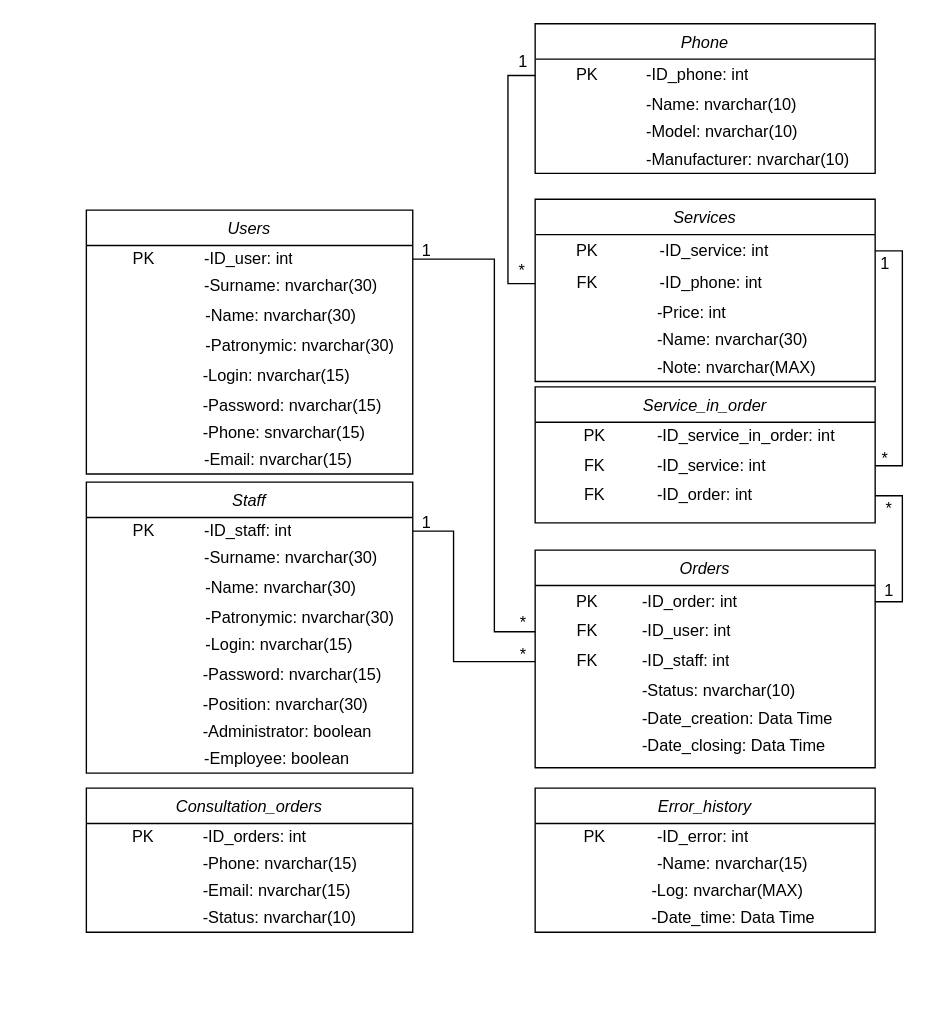
Above: page "Физическая диаграмма классов базы данных" (5 of 5) of Курсач/Диаграммы/Диаграмма классов анализа.drawio in JolyBin/Valeriy (draw.io), before the change. Source tidied: cells renumbered, new cells numbered last; positions are measured from the earlier drawing's top-left corner, leaving out a move shared by most shapes. Both pictures are drawn from the tidied source at 136%, with x=0, y=0 at pixel (86, 23).
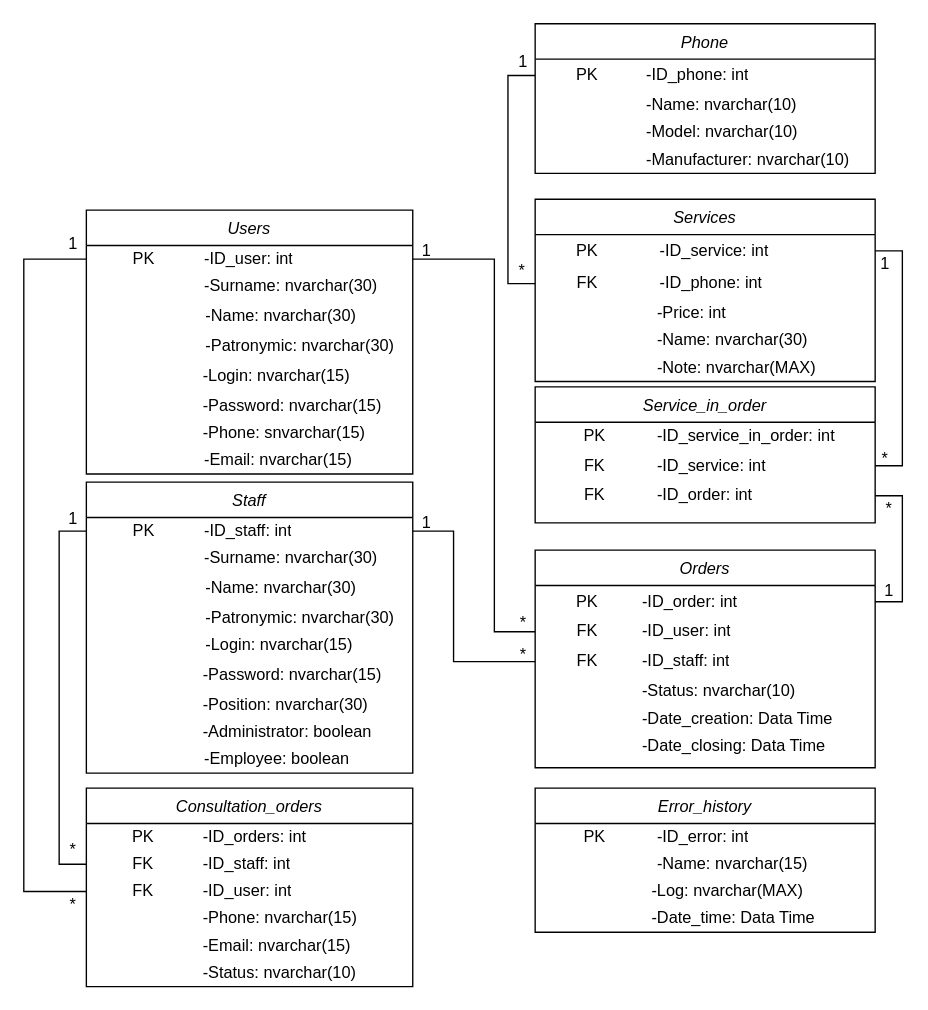
The same page after the edit.

The change refers to these unchanged cells:
```xml
<mxCell id="4" style="shape=partialRectangle;html=1;whiteSpace=wrap;fillColor=none;top=0;left=0;bottom=0;right=0;points=[[0,0.5],[1,0.5]];portConstraint=eastwest;" parent="3" vertex="1">
  <mxGeometry width="240" height="20" as="geometry" />
</mxCell>
<mxCell id="32" style="shape=partialRectangle;html=1;whiteSpace=wrap;fillColor=none;top=0;left=0;bottom=0;right=0;points=[[0,0.5],[1,0.5]];portConstraint=eastwest;" parent="31" vertex="1">
  <mxGeometry y="26" width="240" height="20" as="geometry" />
</mxCell>
<mxCell id="65" style="shape=partialRectangle;html=1;whiteSpace=wrap;fillColor=none;top=0;left=0;bottom=0;right=0;points=[[0,0.5],[1,0.5]];portConstraint=eastwest;" parent="64" vertex="1">
  <mxGeometry width="240" height="20" as="geometry" />
</mxCell>
```

What changed in the source:
```diff
@@
     <mxCell id="63" value="Consultation_orders" style="swimlane;fontStyle=2;align=center;verticalAlign=top;horizontal=1;startSize=26;rounded=0;shadow=0;strokeWidth=1;" parent="1" vertex="1">
-      <mxGeometry y="562" width="240" height="106" as="geometry" />
+      <mxGeometry y="562" width="240" height="146" as="geometry" />
     </mxCell>
+    <mxCell id="168" style="shape=partialRectangle;html=1;whiteSpace=wrap;fillColor=none;top=0;left=0;bottom=0;right=0;" parent="63" vertex="1">
+      <mxGeometry y="26" width="240" height="20" as="geometry" />
+    </mxCell>
+    <mxCell id="169" value="PK" style="shape=partialRectangle;html=1;whiteSpace=wrap;overflow=hidden;fillColor=none;top=0;left=0;bottom=0;right=0;align=center;" parent="168" vertex="1">
+      <mxGeometry width="84" height="20" as="geometry" />
+    </mxCell>
+    <mxCell id="170" value="-ID_orders: int" style="shape=partialRectangle;html=1;whiteSpace=wrap;overflow=hidden;fillColor=none;top=0;left=0;bottom=0;right=0;align=left;" parent="168" vertex="1">
+      <mxGeometry x="84" width="156" height="20" as="geometry" />
+    </mxCell>
+    <mxCell id="171" style="shape=partialRectangle;html=1;whiteSpace=wrap;fillColor=none;top=0;left=0;bottom=0;right=0;points=[[0,0.5],[1,0.5]];portConstraint=eastwest;" parent="63" vertex="1">
+      <mxGeometry y="46" width="240" height="20" as="geometry" />
+    </mxCell>
+    <mxCell id="172" value="FK" style="shape=partialRectangle;html=1;whiteSpace=wrap;overflow=hidden;fillColor=none;top=0;left=0;bottom=0;right=0;align=center;" parent="171" vertex="1">
+      <mxGeometry width="84" height="20" as="geometry" />
+    </mxCell>
+    <mxCell id="173" value="-ID_staff: int" style="shape=partialRectangle;html=1;whiteSpace=wrap;overflow=hidden;fillColor=none;top=0;left=0;bottom=0;right=0;align=left;" parent="171" vertex="1">
+      <mxGeometry x="84" width="156" height="20" as="geometry" />
+    </mxCell>
     <mxCell id="64" style="shape=table;html=1;whiteSpace=wrap;startSize=0;childLayout=tableLayout;fillColor=none;align=left;strokeColor=none;" parent="63" vertex="1">
-      <mxGeometry y="26" width="240" height="40" as="geometry" />
+      <mxGeometry y="66" width="240" height="40" as="geometry" />
     </mxCell>
@@
-    <mxCell id="66" value="PK" style="shape=partialRectangle;html=1;whiteSpace=wrap;overflow=hidden;fillColor=none;top=0;left=0;bottom=0;right=0;align=center;" parent="65" vertex="1">
+    <mxCell id="66" value="FK" style="shape=partialRectangle;html=1;whiteSpace=wrap;overflow=hidden;fillColor=none;top=0;left=0;bottom=0;right=0;align=center;" parent="65" vertex="1">
       <mxGeometry width="84" height="20" as="geometry" />
     </mxCell>
-    <mxCell id="67" value="-ID_orders: int" style="shape=partialRectangle;html=1;whiteSpace=wrap;overflow=hidden;fillColor=none;top=0;left=0;bottom=0;right=0;align=left;" parent="65" vertex="1">
+    <mxCell id="67" value="-ID_user: int" style="shape=partialRectangle;html=1;whiteSpace=wrap;overflow=hidden;fillColor=none;top=0;left=0;bottom=0;right=0;align=left;" parent="65" vertex="1">
       <mxGeometry x="84" width="156" height="20" as="geometry" />
     </mxCell>
@@
     <mxCell id="71" style="shape=partialRectangle;html=1;whiteSpace=wrap;fillColor=none;top=0;left=0;bottom=0;right=0;" parent="63" vertex="1">
-      <mxGeometry y="66" width="240" height="20" as="geometry" />
+      <mxGeometry y="106" width="240" height="20" as="geometry" />
     </mxCell>
@@
     <mxCell id="74" style="shape=partialRectangle;html=1;whiteSpace=wrap;fillColor=none;top=0;left=0;bottom=0;right=0;" parent="63" vertex="1">
-      <mxGeometry y="86" width="240" height="20" as="geometry" />
+      <mxGeometry y="126" width="240" height="20" as="geometry" />
     </mxCell>
@@
+    <mxCell id="174" style="edgeStyle=orthogonalEdgeStyle;rounded=0;jettySize=auto;html=1;exitX=0;exitY=0.5;exitDx=0;exitDy=0;entryX=0;entryY=0.5;entryDx=0;entryDy=0;endArrow=none;endFill=0;endSize=15;" parent="1" edge="1" source="4" target="65">
+      <mxGeometry relative="1" as="geometry">
+        <Array as="points">
+          <mxPoint x="-46" y="173" />
+          <mxPoint x="-46" y="638" />
+        </Array>
+      </mxGeometry>
+    </mxCell>
+    <mxCell id="175" style="edgeStyle=orthogonalEdgeStyle;rounded=0;jettySize=auto;html=1;exitX=0;exitY=0.5;exitDx=0;exitDy=0;entryX=0;entryY=0.5;entryDx=0;entryDy=0;endArrow=none;endFill=0;endSize=15;" parent="1" edge="1" source="32" target="171">
+      <mxGeometry relative="1" as="geometry" />
+    </mxCell>
+    <mxCell id="176" value="1" style="text;html=1;align=center;verticalAlign=middle;" parent="1" vertex="1">
+      <mxGeometry x="-20" y="152" width="20" height="20" as="geometry" />
+    </mxCell>
+    <mxCell id="177" value="*" style="text;html=1;align=center;verticalAlign=middle;" parent="1" vertex="1">
+      <mxGeometry x="-20" y="638" width="20" height="20" as="geometry" />
+    </mxCell>
+    <mxCell id="178" value="1" style="text;html=1;align=center;verticalAlign=middle;" parent="1" vertex="1">
+      <mxGeometry x="-20" y="354" width="20" height="20" as="geometry" />
+    </mxCell>
+    <mxCell id="179" value="*" style="text;html=1;align=center;verticalAlign=middle;" parent="1" vertex="1">
+      <mxGeometry x="-20" y="598" width="20" height="20" as="geometry" />
+    </mxCell>
```
